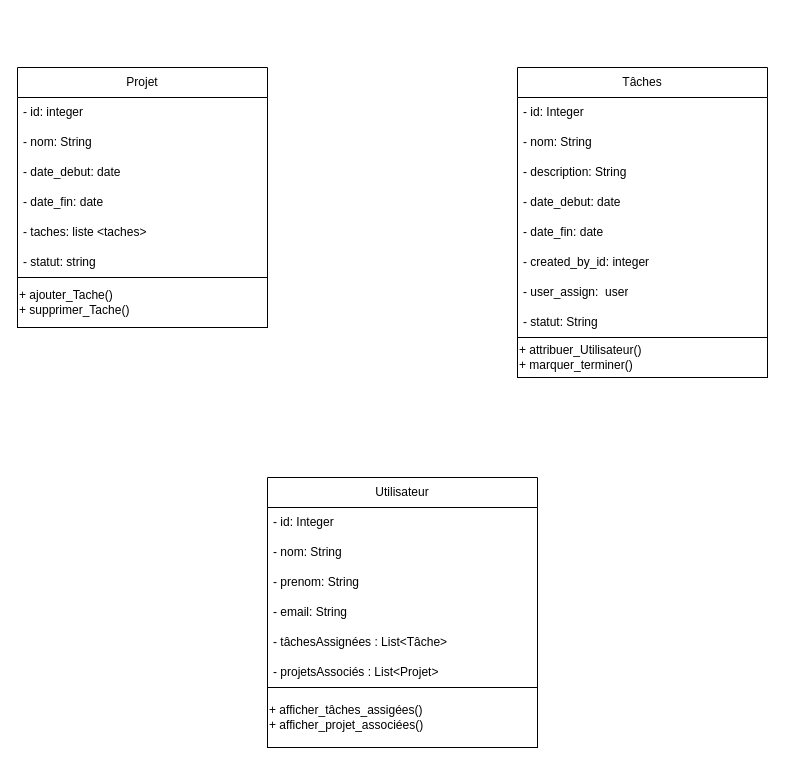
Earlier version of the draw.io diagram Diagramme sans nom.drawio (Anto148/gestion_projet). Source tidied: cells renumbered, new cells numbered last; positions are measured from the earlier drawing's top-left corner, leaving out a move shared by most shapes. Both pictures are drawn from the tidied source at 100%, with x=0, y=0 at pixel (17, 67).
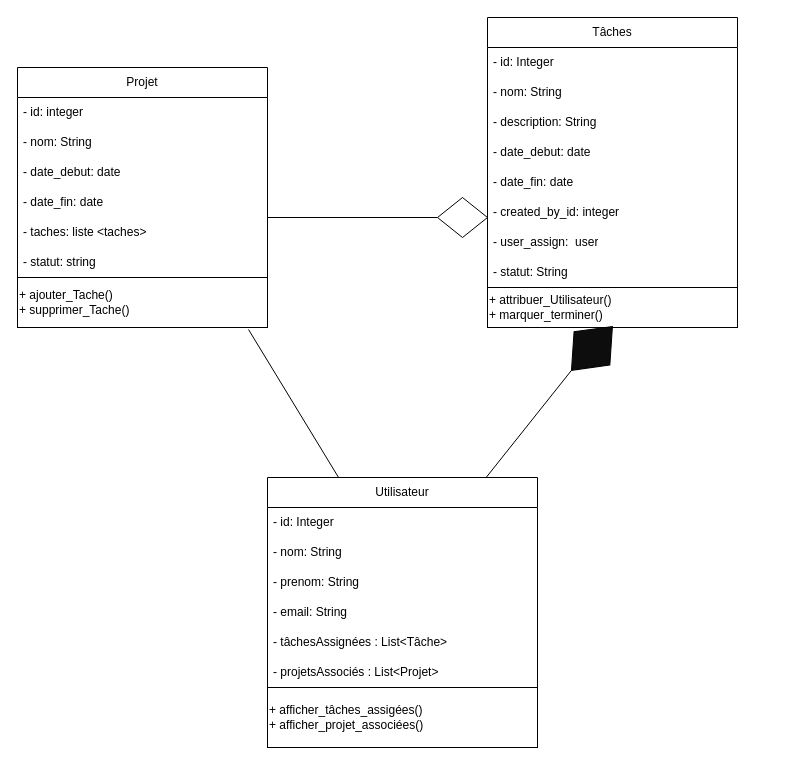
After the change.

Commit message:
Diagramme presque_finaliser

Unchanged cells that the change refers to:
```xml
<mxCell id="9" value="+ ajouter_Tache()&lt;br&gt;+ supprimer_Tache()" style="rounded=0;whiteSpace=wrap;html=1;align=left;" parent="1" vertex="1">
  <mxGeometry y="210" width="250" height="50" as="geometry" />
</mxCell>
<mxCell id="20" value="Utilisateur" style="swimlane;fontStyle=0;horizontal=1;startSize=30;whiteSpace=wrap;html=1;" parent="1" vertex="1">
  <mxGeometry x="250" y="410" width="270" height="210" as="geometry" />
</mxCell>
```

Change to the diagram source:
```diff
@@
     <mxCell id="10" value="Tâches" style="swimlane;fontStyle=0;horizontal=1;startSize=30;whiteSpace=wrap;html=1;align=center;" parent="1" vertex="1">
-      <mxGeometry x="500" width="250" height="310" as="geometry" />
+      <mxGeometry x="470" y="-50" width="250" height="310" as="geometry" />
     </mxCell>
@@
+    <mxCell id="28" style="endArrow=none;html=1;rounded=0;entryX=0.5;entryY=1;entryDx=0;entryDy=0;" parent="1" edge="1" source="34" target="10">
+      <mxGeometry relative="1" as="geometry" />
+    </mxCell>
+    <mxCell id="29" style="endArrow=none;html=1;rounded=0;entryX=0.924;entryY=1.04;entryDx=0;entryDy=0;entryPerimeter=0;" parent="1" edge="1" source="20" target="9">
+      <mxGeometry relative="1" as="geometry" />
+    </mxCell>
+    <mxCell id="30" style="endArrow=none;html=1;rounded=0;" parent="1" edge="1" source="32">
+      <mxGeometry relative="1" as="geometry">
+        <mxPoint x="470" y="150" as="targetPoint" />
+      </mxGeometry>
+    </mxCell>
+    <mxCell id="31" style="endArrow=none;html=1;rounded=0;" parent="1" edge="1" target="32">
+      <mxGeometry relative="1" as="geometry">
+        <mxPoint x="250" y="150" as="sourcePoint" />
+      </mxGeometry>
+    </mxCell>
+    <mxCell id="32" style="rhombus;whiteSpace=wrap;html=1;fontColor=#0F0F0F;labelBackgroundColor=#050505;labelBorderColor=none;" parent="1" vertex="1">
+      <mxGeometry x="420" y="130" width="50" height="40" as="geometry" />
+    </mxCell>
+    <mxCell id="33" style="endArrow=none;html=1;rounded=0;entryX=1;entryY=0.5;entryDx=0;entryDy=0;" parent="1" edge="1" source="20" target="34">
+      <mxGeometry relative="1" as="geometry" />
+    </mxCell>
+    <mxCell id="34" style="rhombus;direction=south;rotation=43;labelBackgroundColor=#000000;labelBorderColor=default;html=1;whiteSpace=wrap;fontColor=default;fillColor=#0D0D0D;" parent="1" vertex="1">
+      <mxGeometry x="550" y="250.9" width="48.9" height="60" as="geometry" />
+    </mxCell>
```
